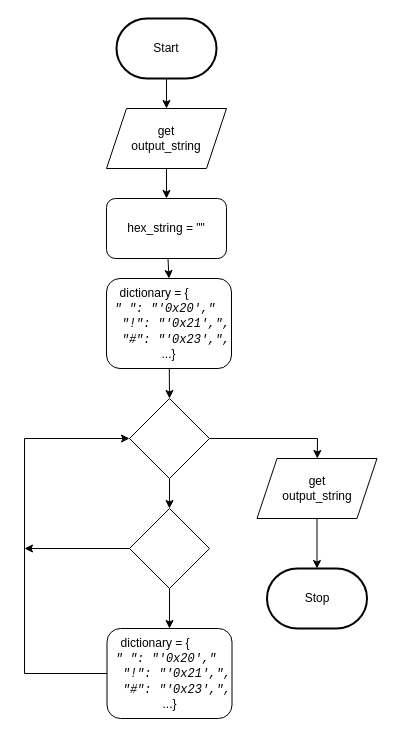
JacksonNaufal/ICS3U-Unit6-06-Python keeps this draw.io diagram as Drawio/FlowChart.Drawio. Above is the earlier version. Source tidied: cells renumbered, new cells numbered last; positions are measured from the earlier drawing's top-left corner, leaving out a move shared by most shapes. Both pictures are drawn from the tidied source at 100%, with x=0, y=0 at pixel (24, 18).
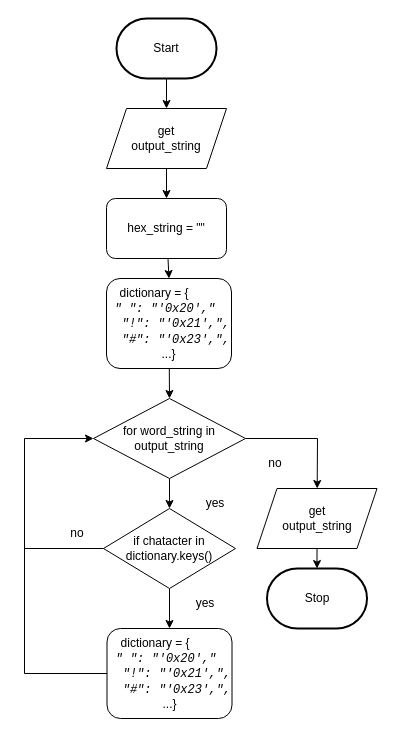
After the change.

The edit, as a diff of the source:
```diff
@@
-    <mxCell id="13" style="rhombus;whiteSpace=wrap;html=1;labelBackgroundColor=none;fontSize=12;fontColor=#000000;" parent="1" vertex="1">
-      <mxGeometry x="105" y="380" width="80" height="80" as="geometry" />
+    <mxCell id="13" value="for word_string in output_string" style="rhombus;whiteSpace=wrap;html=1;labelBackgroundColor=none;fontSize=12;fontColor=#000000;" parent="1" vertex="1">
+      <mxGeometry x="69" y="380" width="152" height="80" as="geometry" />
     </mxCell>
-    <mxCell id="14" style="edgeStyle=none;rounded=0;html=1;fontSize=12;fontColor=#000000;" parent="1" edge="1" source="16">
+    <mxCell id="14" style="edgeStyle=none;rounded=0;html=1;fontSize=12;fontColor=#000000;endArrow=none;endFill=0;" parent="1" edge="1" source="16">
       <mxGeometry relative="1" as="geometry">
         <mxPoint y="530" as="targetPoint" />
       </mxGeometry>
     </mxCell>
@@
-    <mxCell id="16" style="rhombus;whiteSpace=wrap;html=1;labelBackgroundColor=none;fontSize=12;fontColor=#000000;" parent="1" vertex="1">
-      <mxGeometry x="105" y="490" width="80" height="80" as="geometry" />
+    <mxCell id="16" value="if chatacter in dictionary.keys()" style="rhombus;whiteSpace=wrap;html=1;labelBackgroundColor=none;fontSize=12;fontColor=#000000;" parent="1" vertex="1">
+      <mxGeometry x="79" y="490" width="132" height="80" as="geometry" />
     </mxCell>
@@
     <mxCell id="18" value="get&lt;br&gt;output_string" style="shape=parallelogram;perimeter=parallelogramPerimeter;whiteSpace=wrap;html=1;fixedSize=1;" parent="1" vertex="1">
-      <mxGeometry x="232.5" y="440" width="120" height="60" as="geometry" />
+      <mxGeometry x="232.5" y="470" width="120" height="60" as="geometry" />
     </mxCell>
@@
+    <mxCell id="21" value="no" style="text;html=1;strokeColor=none;fillColor=none;align=center;verticalAlign=middle;whiteSpace=wrap;rounded=0;" parent="1" vertex="1">
+      <mxGeometry x="221" y="430" width="60" height="30" as="geometry" />
+    </mxCell>
+    <mxCell id="22" value="yes" style="text;html=1;strokeColor=none;fillColor=none;align=center;verticalAlign=middle;whiteSpace=wrap;rounded=0;" parent="1" vertex="1">
+      <mxGeometry x="161" y="470" width="60" height="30" as="geometry" />
+    </mxCell>
+    <mxCell id="23" value="no" style="text;html=1;strokeColor=none;fillColor=none;align=center;verticalAlign=middle;whiteSpace=wrap;rounded=0;" parent="1" vertex="1">
+      <mxGeometry x="22.5" y="500" width="60" height="30" as="geometry" />
+    </mxCell>
+    <mxCell id="24" value="yes" style="text;html=1;strokeColor=none;fillColor=none;align=center;verticalAlign=middle;whiteSpace=wrap;rounded=0;" parent="1" vertex="1">
+      <mxGeometry x="151" y="570" width="60" height="30" as="geometry" />
+    </mxCell>
```
